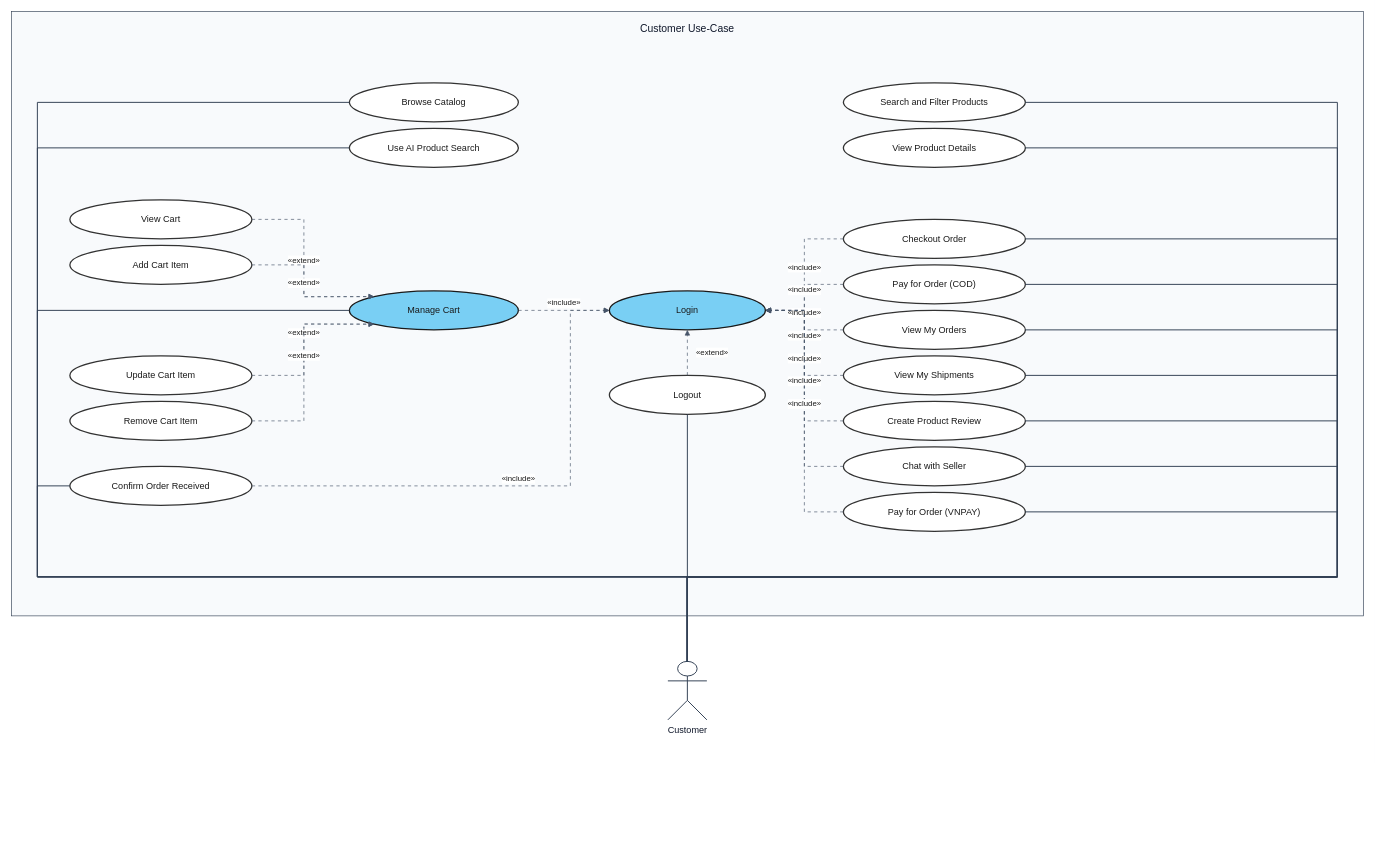
Before: usecase-diagram/customer-usecases.drawio in e-commercial-marketplace/commerce-platform-docs, a draw.io diagram. Source tidied: cells renumbered, new cells numbered last; positions are measured from the earlier drawing's top-left corner, leaving out a move shared by most shapes. Both pictures are drawn from the tidied source at 65%, with x=0, y=0 at pixel (11, 11).
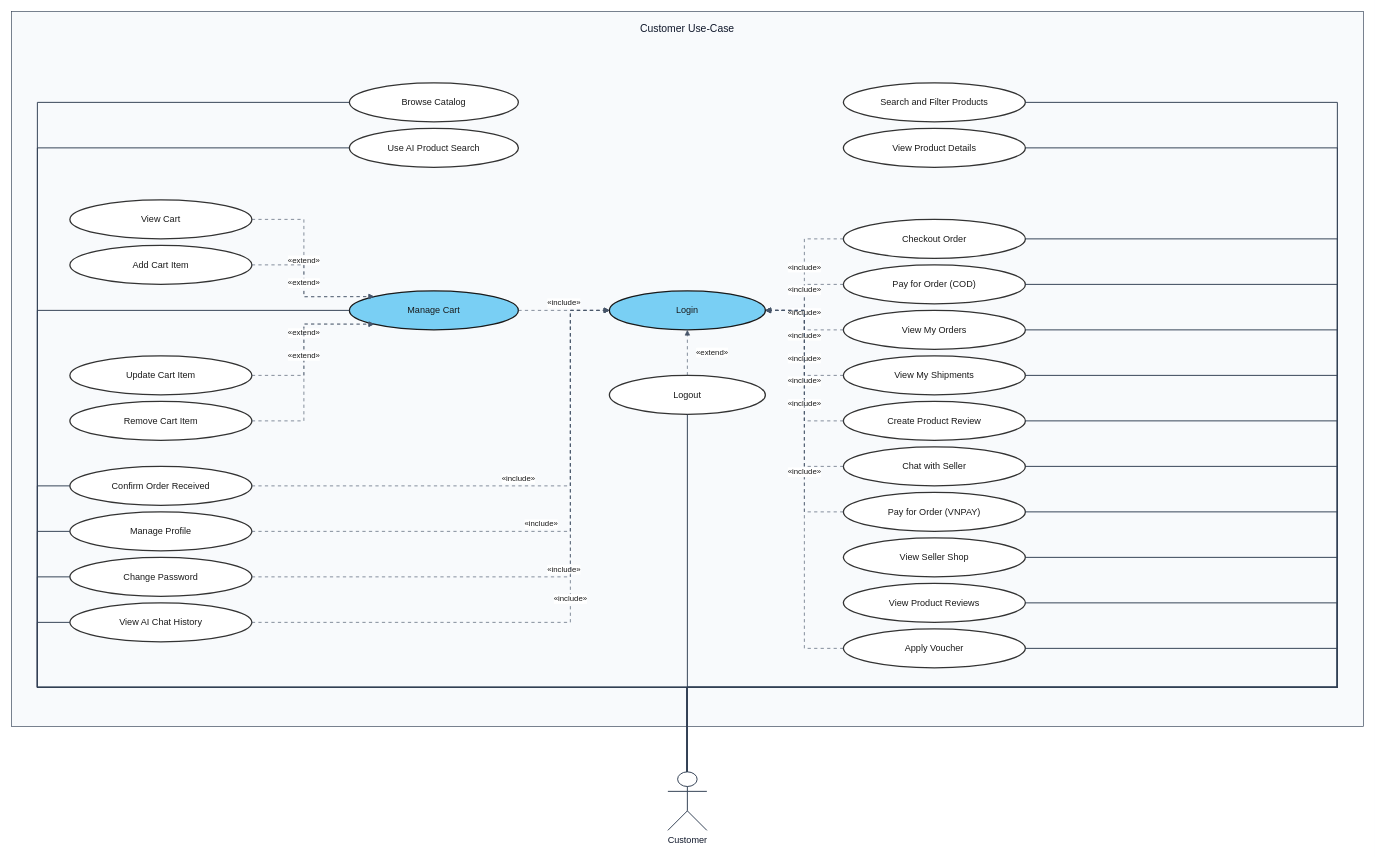
The same diagram, later.

The change refers to these unchanged cells:
```xml
<mxCell id="3" value="Browse Catalog" style="ellipse;whiteSpace=wrap;html=1;align=center;verticalAlign=middle;fillColor=#ffffff;strokeColor=#333333;strokeWidth=2;fontColor=#1A1A1A;fontSize=14;fontStyle=0;" parent="1" vertex="1">
  <mxGeometry x="520" y="110" width="260" height="60" as="geometry" />
</mxCell>
<mxCell id="4" value="Use AI Product Search" style="ellipse;whiteSpace=wrap;html=1;align=center;verticalAlign=middle;fillColor=#ffffff;strokeColor=#333333;strokeWidth=2;fontColor=#1A1A1A;fontSize=14;fontStyle=0;" parent="1" vertex="1">
  <mxGeometry x="520" y="180" width="260" height="60" as="geometry" />
</mxCell>
<mxCell id="5" value="Manage Cart" style="ellipse;whiteSpace=wrap;html=1;align=center;verticalAlign=middle;fillColor=#79CFF4;strokeColor=#1A1A1A;strokeWidth=2;fontColor=#1A1A1A;fontSize=14;fontStyle=0;" parent="1" vertex="1">
  <mxGeometry x="520" y="430" width="260" height="60" as="geometry" />
</mxCell>
<mxCell id="10" value="Login" style="ellipse;whiteSpace=wrap;html=1;align=center;verticalAlign=middle;fillColor=#79CFF4;strokeColor=#1A1A1A;strokeWidth=2;fontColor=#1A1A1A;fontSize=14;fontStyle=0;" parent="1" vertex="1">
  <mxGeometry x="920" y="430" width="240" height="60" as="geometry" />
</mxCell>
<mxCell id="11" value="Search and Filter Products" style="ellipse;whiteSpace=wrap;html=1;align=center;verticalAlign=middle;fillColor=#ffffff;strokeColor=#333333;strokeWidth=2;fontColor=#1A1A1A;fontSize=14;fontStyle=0;" parent="1" vertex="1">
  <mxGeometry x="1280" y="110" width="280" height="60" as="geometry" />
</mxCell>
<mxCell id="12" value="View Product Details" style="ellipse;whiteSpace=wrap;html=1;align=center;verticalAlign=middle;fillColor=#ffffff;strokeColor=#333333;strokeWidth=2;fontColor=#1A1A1A;fontSize=14;fontStyle=0;" parent="1" vertex="1">
  <mxGeometry x="1280" y="180" width="280" height="60" as="geometry" />
</mxCell>
<mxCell id="13" value="Checkout Order" style="ellipse;whiteSpace=wrap;html=1;align=center;verticalAlign=middle;fillColor=#ffffff;strokeColor=#333333;strokeWidth=2;fontColor=#1A1A1A;fontSize=14;fontStyle=0;" parent="1" vertex="1">
  <mxGeometry x="1280" y="320" width="280" height="60" as="geometry" />
</mxCell>
<mxCell id="14" value="Pay for Order (COD)" style="ellipse;whiteSpace=wrap;html=1;align=center;verticalAlign=middle;fillColor=#ffffff;strokeColor=#333333;strokeWidth=2;fontColor=#1A1A1A;fontSize=14;fontStyle=0;" parent="1" vertex="1">
  <mxGeometry x="1280" y="390" width="280" height="60" as="geometry" />
</mxCell>
<mxCell id="15" value="View My Orders" style="ellipse;whiteSpace=wrap;html=1;align=center;verticalAlign=middle;fillColor=#ffffff;strokeColor=#333333;strokeWidth=2;fontColor=#1A1A1A;fontSize=14;fontStyle=0;" parent="1" vertex="1">
  <mxGeometry x="1280" y="460" width="280" height="60" as="geometry" />
</mxCell>
<mxCell id="16" value="View My Shipments" style="ellipse;whiteSpace=wrap;html=1;align=center;verticalAlign=middle;fillColor=#ffffff;strokeColor=#333333;strokeWidth=2;fontColor=#1A1A1A;fontSize=14;fontStyle=0;" parent="1" vertex="1">
  <mxGeometry x="1280" y="530" width="280" height="60" as="geometry" />
</mxCell>
<mxCell id="17" value="Create Product Review" style="ellipse;whiteSpace=wrap;html=1;align=center;verticalAlign=middle;fillColor=#ffffff;strokeColor=#333333;strokeWidth=2;fontColor=#1A1A1A;fontSize=14;fontStyle=0;" parent="1" vertex="1">
  <mxGeometry x="1280" y="600" width="280" height="60" as="geometry" />
</mxCell>
<mxCell id="18" value="Chat with Seller" style="ellipse;whiteSpace=wrap;html=1;align=center;verticalAlign=middle;fillColor=#ffffff;strokeColor=#333333;strokeWidth=2;fontColor=#1A1A1A;fontSize=14;fontStyle=0;" parent="1" vertex="1">
  <mxGeometry x="1280" y="670" width="280" height="60" as="geometry" />
</mxCell>
<mxCell id="19" value="Logout" style="ellipse;whiteSpace=wrap;html=1;align=center;verticalAlign=middle;fillColor=#ffffff;strokeColor=#333333;strokeWidth=2;fontColor=#1A1A1A;fontSize=14;fontStyle=0;" parent="1" vertex="1">
  <mxGeometry x="920" y="560" width="240" height="60" as="geometry" />
</mxCell>
<mxCell id="20" value="Pay for Order (VNPAY)" style="ellipse;whiteSpace=wrap;html=1;align=center;verticalAlign=middle;fillColor=#ffffff;strokeColor=#333333;strokeWidth=2;fontColor=#1A1A1A;fontSize=14;fontStyle=0;" parent="1" vertex="1">
  <mxGeometry x="1280" y="740" width="280" height="60" as="geometry" />
</mxCell>
<mxCell id="21" value="Confirm Order Received" style="ellipse;whiteSpace=wrap;html=1;align=center;verticalAlign=middle;fillColor=#ffffff;strokeColor=#333333;strokeWidth=2;fontColor=#1A1A1A;fontSize=14;fontStyle=0;" parent="1" vertex="1">
  <mxGeometry x="90" y="700" width="280" height="60" as="geometry" />
</mxCell>
```

Change to the diagram source:
```diff
@@
     <mxCell id="2" value="Customer Use-Case" style="rounded=0;whiteSpace=wrap;html=1;verticalAlign=top;align=center;spacingTop=10;fontSize=16;fontStyle=0;fontColor=#0f172a;fillColor=#f8fafc;strokeColor=#334155;strokeWidth=1;" parent="1" vertex="1">
-      <mxGeometry width="2080" height="930" as="geometry" />
+      <mxGeometry width="2080" height="1100" as="geometry" />
     </mxCell>
@@
+    <mxCell id="51" value="Manage Profile" style="ellipse;whiteSpace=wrap;html=1;align=center;verticalAlign=middle;fillColor=#ffffff;strokeColor=#333333;strokeWidth=2;fontColor=#1A1A1A;fontSize=14;fontStyle=0;" parent="1" vertex="1">
+      <mxGeometry x="90" y="770" width="280" height="60" as="geometry" />
+    </mxCell>
+    <mxCell id="52" value="Change Password" style="ellipse;whiteSpace=wrap;html=1;align=center;verticalAlign=middle;fillColor=#ffffff;strokeColor=#333333;strokeWidth=2;fontColor=#1A1A1A;fontSize=14;fontStyle=0;" parent="1" vertex="1">
+      <mxGeometry x="90" y="840" width="280" height="60" as="geometry" />
+    </mxCell>
+    <mxCell id="53" value="View AI Chat History" style="ellipse;whiteSpace=wrap;html=1;align=center;verticalAlign=middle;fillColor=#ffffff;strokeColor=#333333;strokeWidth=2;fontColor=#1A1A1A;fontSize=14;fontStyle=0;" parent="1" vertex="1">
+      <mxGeometry x="90" y="910" width="280" height="60" as="geometry" />
+    </mxCell>
+    <mxCell id="54" value="View Seller Shop" style="ellipse;whiteSpace=wrap;html=1;align=center;verticalAlign=middle;fillColor=#ffffff;strokeColor=#333333;strokeWidth=2;fontColor=#1A1A1A;fontSize=14;fontStyle=0;" parent="1" vertex="1">
+      <mxGeometry x="1280" y="810" width="280" height="60" as="geometry" />
+    </mxCell>
+    <mxCell id="55" value="View Product Reviews" style="ellipse;whiteSpace=wrap;html=1;align=center;verticalAlign=middle;fillColor=#ffffff;strokeColor=#333333;strokeWidth=2;fontColor=#1A1A1A;fontSize=14;fontStyle=0;" parent="1" vertex="1">
+      <mxGeometry x="1280" y="880" width="280" height="60" as="geometry" />
+    </mxCell>
+    <mxCell id="56" value="Apply Voucher" style="ellipse;whiteSpace=wrap;html=1;align=center;verticalAlign=middle;fillColor=#ffffff;strokeColor=#333333;strokeWidth=2;fontColor=#1A1A1A;fontSize=14;fontStyle=0;" parent="1" vertex="1">
+      <mxGeometry x="1280" y="950" width="280" height="60" as="geometry" />
+    </mxCell>
     <mxCell id="22" value="Customer" style="shape=umlActor;verticalLabelPosition=bottom;verticalAlign=top;html=1;outlineConnect=0;fillColor=#ffffff;strokeColor=#334155;strokeWidth=1.5;fontColor=#0f172a;fontSize=14;fontStyle=0;" parent="1" vertex="1">
-      <mxGeometry x="1010" y="1000" width="60" height="90" as="geometry" />
+      <mxGeometry x="1010" y="1170" width="60" height="90" as="geometry" />
     </mxCell>
     <mxCell id="23" style="endArrow=none;html=1;rounded=0;strokeColor=#334155;strokeWidth=1.5;exitX=0.5;exitY=0;exitDx=0;exitDy=0;exitPerimeter=0;entryX=0;entryY=0.5;entryDx=0;entryDy=0;entryPerimeter=0;" parent="1" edge="1" source="22" target="3">
       <mxGeometry relative="1" as="geometry">
         <Array as="points">
-          <mxPoint x="1040" y="870" />
-          <mxPoint x="40" y="870" />
+          <mxPoint x="1040" y="1040" />
+          <mxPoint x="40" y="1040" />
           <mxPoint x="40" y="140" />
         </Array>
         <mxPoint y="-11" as="offset" />
       </mxGeometry>
     </mxCell>
     <mxCell id="24" style="endArrow=none;html=1;rounded=0;strokeColor=#334155;strokeWidth=1.5;exitX=0.5;exitY=0;exitDx=0;exitDy=0;exitPerimeter=0;entryX=0;entryY=0.5;entryDx=0;entryDy=0;entryPerimeter=0;" parent="1" edge="1" source="22" target="4">
       <mxGeometry relative="1" as="geometry">
         <Array as="points">
-          <mxPoint x="1040" y="870" />
-          <mxPoint x="40" y="870" />
+          <mxPoint x="1040" y="1040" />
+          <mxPoint x="40" y="1040" />
           <mxPoint x="40" y="210" />
         </Array>
         <mxPoint y="-11" as="offset" />
       </mxGeometry>
     </mxCell>
     <mxCell id="25" style="endArrow=none;html=1;rounded=0;strokeColor=#334155;strokeWidth=1.5;exitX=0.5;exitY=0;exitDx=0;exitDy=0;exitPerimeter=0;entryX=0;entryY=0.5;entryDx=0;entryDy=0;entryPerimeter=0;" parent="1" edge="1" source="22" target="5">
       <mxGeometry relative="1" as="geometry">
         <Array as="points">
-          <mxPoint x="1040" y="870" />
-          <mxPoint x="40" y="870" />
+          <mxPoint x="1040" y="1040" />
+          <mxPoint x="40" y="1040" />
           <mxPoint x="40" y="460" />
         </Array>
         <mxPoint y="-11" as="offset" />
       </mxGeometry>
     </mxCell>
     <mxCell id="26" style="endArrow=none;html=1;rounded=0;strokeColor=#334155;strokeWidth=1.5;exitX=0.5;exitY=0;exitDx=0;exitDy=0;exitPerimeter=0;entryX=1;entryY=0.5;entryDx=0;entryDy=0;entryPerimeter=0;" parent="1" edge="1" source="22" target="11">
       <mxGeometry relative="1" as="geometry">
         <Array as="points">
-          <mxPoint x="1040" y="870" />
-          <mxPoint x="2040" y="870" />
+          <mxPoint x="1040" y="1040" />
+          <mxPoint x="2040" y="1040" />
           <mxPoint x="2040" y="140" />
         </Array>
         <mxPoint y="-11" as="offset" />
       </mxGeometry>
     </mxCell>
     <mxCell id="27" style="endArrow=none;html=1;rounded=0;strokeColor=#334155;strokeWidth=1.5;exitX=0.5;exitY=0;exitDx=0;exitDy=0;exitPerimeter=0;entryX=1;entryY=0.5;entryDx=0;entryDy=0;entryPerimeter=0;" parent="1" edge="1" source="22" target="12">
       <mxGeometry relative="1" as="geometry">
         <Array as="points">
-          <mxPoint x="1040" y="870" />
-          <mxPoint x="2040" y="870" />
+          <mxPoint x="1040" y="1040" />
+          <mxPoint x="2040" y="1040" />
           <mxPoint x="2040" y="210" />
         </Array>
         <mxPoint y="-11" as="offset" />
       </mxGeometry>
     </mxCell>
     <mxCell id="28" style="endArrow=none;html=1;rounded=0;strokeColor=#334155;strokeWidth=1.5;exitX=0.5;exitY=0;exitDx=0;exitDy=0;exitPerimeter=0;entryX=1;entryY=0.5;entryDx=0;entryDy=0;entryPerimeter=0;" parent="1" edge="1" source="22" target="13">
       <mxGeometry relative="1" as="geometry">
         <Array as="points">
-          <mxPoint x="1040" y="870" />
-          <mxPoint x="2040" y="870" />
+          <mxPoint x="1040" y="1040" />
+          <mxPoint x="2040" y="1040" />
           <mxPoint x="2040" y="350" />
         </Array>
         <mxPoint y="-11" as="offset" />
       </mxGeometry>
     </mxCell>
     <mxCell id="29" style="endArrow=none;html=1;rounded=0;strokeColor=#334155;strokeWidth=1.5;exitX=0.5;exitY=0;exitDx=0;exitDy=0;exitPerimeter=0;entryX=1;entryY=0.5;entryDx=0;entryDy=0;entryPerimeter=0;" parent="1" edge="1" source="22" target="14">
       <mxGeometry relative="1" as="geometry">
         <Array as="points">
-          <mxPoint x="1040" y="870" />
-          <mxPoint x="2040" y="870" />
+          <mxPoint x="1040" y="1040" />
+          <mxPoint x="2040" y="1040" />
           <mxPoint x="2040" y="420" />
         </Array>
         <mxPoint y="-11" as="offset" />
       </mxGeometry>
     </mxCell>
     <mxCell id="30" style="endArrow=none;html=1;rounded=0;strokeColor=#334155;strokeWidth=1.5;exitX=0.5;exitY=0;exitDx=0;exitDy=0;exitPerimeter=0;entryX=1;entryY=0.5;entryDx=0;entryDy=0;entryPerimeter=0;" parent="1" edge="1" source="22" target="15">
       <mxGeometry relative="1" as="geometry">
         <Array as="points">
-          <mxPoint x="1040" y="870" />
-          <mxPoint x="2040" y="870" />
+          <mxPoint x="1040" y="1040" />
+          <mxPoint x="2040" y="1040" />
           <mxPoint x="2040" y="490" />
         </Array>
         <mxPoint y="-11" as="offset" />
       </mxGeometry>
     </mxCell>
     <mxCell id="31" style="endArrow=none;html=1;rounded=0;strokeColor=#334155;strokeWidth=1.5;exitX=0.5;exitY=0;exitDx=0;exitDy=0;exitPerimeter=0;entryX=1;entryY=0.5;entryDx=0;entryDy=0;entryPerimeter=0;" parent="1" edge="1" source="22" target="16">
       <mxGeometry relative="1" as="geometry">
         <Array as="points">
-          <mxPoint x="1040" y="870" />
-          <mxPoint x="2040" y="870" />
+          <mxPoint x="1040" y="1040" />
+          <mxPoint x="2040" y="1040" />
           <mxPoint x="2040" y="560" />
         </Array>
         <mxPoint y="-11" as="offset" />
       </mxGeometry>
     </mxCell>
     <mxCell id="32" style="endArrow=none;html=1;rounded=0;strokeColor=#334155;strokeWidth=1.5;exitX=0.5;exitY=0;exitDx=0;exitDy=0;exitPerimeter=0;entryX=1;entryY=0.5;entryDx=0;entryDy=0;entryPerimeter=0;" parent="1" edge="1" source="22" target="17">
       <mxGeometry relative="1" as="geometry">
         <Array as="points">
-          <mxPoint x="1040" y="870" />
-          <mxPoint x="2040" y="870" />
+          <mxPoint x="1040" y="1040" />
+          <mxPoint x="2040" y="1040" />
           <mxPoint x="2040" y="630" />
         </Array>
         <mxPoint y="-11" as="offset" />
       </mxGeometry>
     </mxCell>
     <mxCell id="33" style="endArrow=none;html=1;rounded=0;strokeColor=#334155;strokeWidth=1.5;exitX=0.5;exitY=0;exitDx=0;exitDy=0;exitPerimeter=0;entryX=1;entryY=0.5;entryDx=0;entryDy=0;entryPerimeter=0;" parent="1" edge="1" source="22" target="18">
       <mxGeometry relative="1" as="geometry">
         <Array as="points">
-          <mxPoint x="1040" y="870" />
-          <mxPoint x="2040" y="870" />
+          <mxPoint x="1040" y="1040" />
+          <mxPoint x="2040" y="1040" />
           <mxPoint x="2040" y="700" />
         </Array>
         <mxPoint y="-11" as="offset" />
       </mxGeometry>
     </mxCell>
@@
     <mxCell id="45" style="endArrow=none;html=1;rounded=0;strokeColor=#334155;strokeWidth=1.5;exitX=0.5;exitY=0;exitDx=0;exitDy=0;exitPerimeter=0;entryX=0.5;entryY=1;entryDx=0;entryDy=0;entryPerimeter=0;" parent="1" edge="1" source="22" target="19">
       <mxGeometry relative="1" as="geometry">
         <Array as="points">
-          <mxPoint x="1040" y="870" />
+          <mxPoint x="1040" y="1040" />
         </Array>
         <mxPoint y="-11" as="offset" />
       </mxGeometry>
     </mxCell>
@@
     <mxCell id="47" style="endArrow=none;html=1;rounded=0;strokeColor=#334155;strokeWidth=1.5;exitX=0.5;exitY=0;exitDx=0;exitDy=0;exitPerimeter=0;entryX=1;entryY=0.5;entryDx=0;entryDy=0;entryPerimeter=0;" parent="1" edge="1" source="22" target="20">
       <mxGeometry relative="1" as="geometry">
         <Array as="points">
-          <mxPoint x="1040" y="870" />
-          <mxPoint x="2040" y="870" />
+          <mxPoint x="1040" y="1040" />
+          <mxPoint x="2040" y="1040" />
           <mxPoint x="2040" y="770" />
         </Array>
         <mxPoint y="-11" as="offset" />
       </mxGeometry>
     </mxCell>
@@
     <mxCell id="49" style="endArrow=none;html=1;rounded=0;strokeColor=#334155;strokeWidth=1.5;exitX=0.5;exitY=0;exitDx=0;exitDy=0;exitPerimeter=0;entryX=0;entryY=0.5;entryDx=0;entryDy=0;entryPerimeter=0;" parent="1" edge="1" source="22" target="21">
       <mxGeometry relative="1" as="geometry">
         <Array as="points">
-          <mxPoint x="1040" y="870" />
-          <mxPoint x="40" y="870" />
+          <mxPoint x="1040" y="1040" />
+          <mxPoint x="40" y="1040" />
           <mxPoint x="40" y="730" />
         </Array>
         <mxPoint y="-11" as="offset" />
       </mxGeometry>
     </mxCell>
@@
+    <mxCell id="57" style="endArrow=none;html=1;rounded=0;strokeColor=#334155;strokeWidth=1.5;exitX=0.5;exitY=0;exitDx=0;exitDy=0;exitPerimeter=0;entryX=0;entryY=0.5;entryDx=0;entryDy=0;entryPerimeter=0;" parent="1" edge="1" source="22" target="51">
+      <mxGeometry relative="1" as="geometry">
+        <Array as="points">
+          <mxPoint x="1040" y="1040" />
+          <mxPoint x="40" y="1040" />
+          <mxPoint x="40" y="800" />
+        </Array>
+        <mxPoint y="-11" as="offset" />
+      </mxGeometry>
+    </mxCell>
+    <mxCell id="58" value="«include»" style="endArrow=block;endFill=1;endSize=6;dashed=1;dashPattern=5 5;html=1;rounded=0;strokeColor=#475569;strokeWidth=1;fontSize=12;fontColor=#1A1A1A;fontStyle=0;exitX=1;exitY=0.5;exitDx=0;exitDy=0;exitPerimeter=0;entryX=0;entryY=0.5;entryDx=0;entryDy=0;entryPerimeter=0;" parent="1" edge="1" source="51" target="10">
+      <mxGeometry relative="1" as="geometry">
+        <Array as="points">
+          <mxPoint x="860" y="800" />
+          <mxPoint x="860" y="460" />
+        </Array>
+        <mxPoint y="-11" as="offset" />
+      </mxGeometry>
+    </mxCell>
+    <mxCell id="59" style="endArrow=none;html=1;rounded=0;strokeColor=#334155;strokeWidth=1.5;exitX=0.5;exitY=0;exitDx=0;exitDy=0;exitPerimeter=0;entryX=0;entryY=0.5;entryDx=0;entryDy=0;entryPerimeter=0;" parent="1" edge="1" source="22" target="52">
+      <mxGeometry relative="1" as="geometry">
+        <Array as="points">
+          <mxPoint x="1040" y="1040" />
+          <mxPoint x="40" y="1040" />
+          <mxPoint x="40" y="870" />
+        </Array>
+        <mxPoint y="-11" as="offset" />
+      </mxGeometry>
+    </mxCell>
+    <mxCell id="60" value="«include»" style="endArrow=block;endFill=1;endSize=6;dashed=1;dashPattern=5 5;html=1;rounded=0;strokeColor=#475569;strokeWidth=1;fontSize=12;fontColor=#1A1A1A;fontStyle=0;exitX=1;exitY=0.5;exitDx=0;exitDy=0;exitPerimeter=0;entryX=0;entryY=0.5;entryDx=0;entryDy=0;entryPerimeter=0;" parent="1" edge="1" source="52" target="10">
+      <mxGeometry relative="1" as="geometry">
+        <Array as="points">
+          <mxPoint x="860" y="870" />
+          <mxPoint x="860" y="460" />
+        </Array>
+        <mxPoint y="-11" as="offset" />
+      </mxGeometry>
+    </mxCell>
+    <mxCell id="61" style="endArrow=none;html=1;rounded=0;strokeColor=#334155;strokeWidth=1.5;exitX=0.5;exitY=0;exitDx=0;exitDy=0;exitPerimeter=0;entryX=0;entryY=0.5;entryDx=0;entryDy=0;entryPerimeter=0;" parent="1" edge="1" source="22" target="53">
+      <mxGeometry relative="1" as="geometry">
+        <Array as="points">
+          <mxPoint x="1040" y="1040" />
+          <mxPoint x="40" y="1040" />
+          <mxPoint x="40" y="940" />
+        </Array>
+        <mxPoint y="-11" as="offset" />
+      </mxGeometry>
+    </mxCell>
+    <mxCell id="62" value="«include»" style="endArrow=block;endFill=1;endSize=6;dashed=1;dashPattern=5 5;html=1;rounded=0;strokeColor=#475569;strokeWidth=1;fontSize=12;fontColor=#1A1A1A;fontStyle=0;exitX=1;exitY=0.5;exitDx=0;exitDy=0;exitPerimeter=0;entryX=0;entryY=0.5;entryDx=0;entryDy=0;entryPerimeter=0;" parent="1" edge="1" source="53" target="10">
+      <mxGeometry relative="1" as="geometry">
+        <Array as="points">
+          <mxPoint x="860" y="940" />
+          <mxPoint x="860" y="460" />
+        </Array>
+        <mxPoint y="-11" as="offset" />
+      </mxGeometry>
+    </mxCell>
+    <mxCell id="63" style="endArrow=none;html=1;rounded=0;strokeColor=#334155;strokeWidth=1.5;exitX=0.5;exitY=0;exitDx=0;exitDy=0;exitPerimeter=0;entryX=1;entryY=0.5;entryDx=0;entryDy=0;entryPerimeter=0;" parent="1" edge="1" source="22" target="54">
+      <mxGeometry relative="1" as="geometry">
+        <Array as="points">
+          <mxPoint x="1040" y="1040" />
+          <mxPoint x="2040" y="1040" />
+          <mxPoint x="2040" y="840" />
+        </Array>
+        <mxPoint y="-11" as="offset" />
+      </mxGeometry>
+    </mxCell>
+    <mxCell id="64" style="endArrow=none;html=1;rounded=0;strokeColor=#334155;strokeWidth=1.5;exitX=0.5;exitY=0;exitDx=0;exitDy=0;exitPerimeter=0;entryX=1;entryY=0.5;entryDx=0;entryDy=0;entryPerimeter=0;" parent="1" edge="1" source="22" target="55">
+      <mxGeometry relative="1" as="geometry">
+        <Array as="points">
+          <mxPoint x="1040" y="1040" />
+          <mxPoint x="2040" y="1040" />
+          <mxPoint x="2040" y="910" />
+        </Array>
+        <mxPoint y="-11" as="offset" />
+      </mxGeometry>
+    </mxCell>
+    <mxCell id="65" style="endArrow=none;html=1;rounded=0;strokeColor=#334155;strokeWidth=1.5;exitX=0.5;exitY=0;exitDx=0;exitDy=0;exitPerimeter=0;entryX=1;entryY=0.5;entryDx=0;entryDy=0;entryPerimeter=0;" parent="1" edge="1" source="22" target="56">
+      <mxGeometry relative="1" as="geometry">
+        <Array as="points">
+          <mxPoint x="1040" y="1040" />
+          <mxPoint x="2040" y="1040" />
+          <mxPoint x="2040" y="980" />
+        </Array>
+        <mxPoint y="-11" as="offset" />
+      </mxGeometry>
+    </mxCell>
+    <mxCell id="66" value="«include»" style="endArrow=block;endFill=1;endSize=6;dashed=1;dashPattern=5 5;html=1;rounded=0;strokeColor=#475569;strokeWidth=1;fontSize=12;fontColor=#1A1A1A;fontStyle=0;exitX=0;exitY=0.5;exitDx=0;exitDy=0;exitPerimeter=0;entryX=1;entryY=0.5;entryDx=0;entryDy=0;entryPerimeter=0;" parent="1" edge="1" source="56" target="10">
+      <mxGeometry relative="1" as="geometry">
+        <Array as="points">
+          <mxPoint x="1220" y="980" />
+          <mxPoint x="1220" y="460" />
+        </Array>
+        <mxPoint y="-11" as="offset" />
+      </mxGeometry>
+    </mxCell>
```
